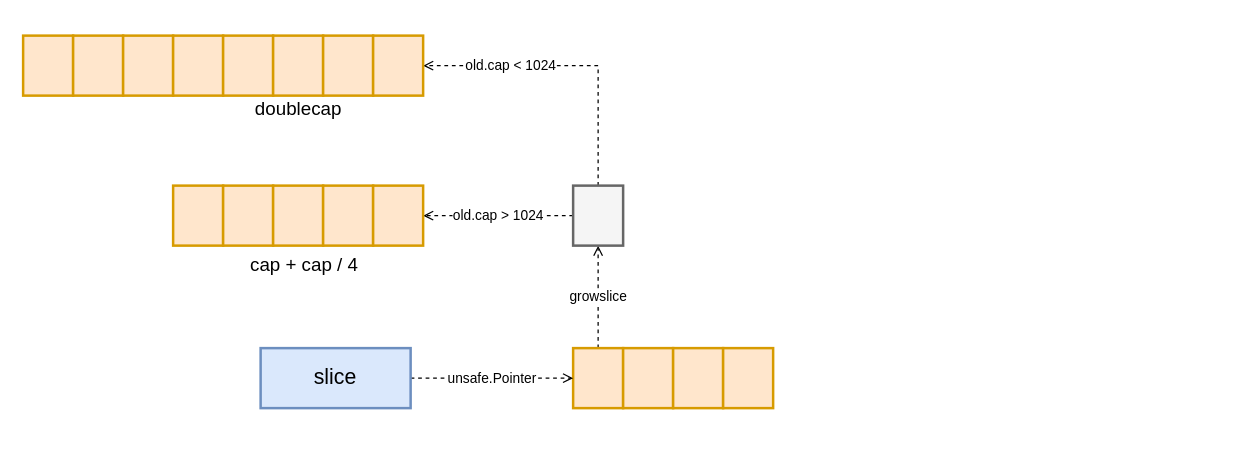
Earlier version of the draw.io diagram page "append" (2 of 2) of go/slice.drawio (dovics/draw.io). Source tidied: cells renumbered, new cells numbered last; positions are measured from the earlier drawing's top-left corner, leaving out a move shared by most shapes. Both pictures are drawn from the tidied source at 125%, with x=0, y=0 at pixel (22, 35).
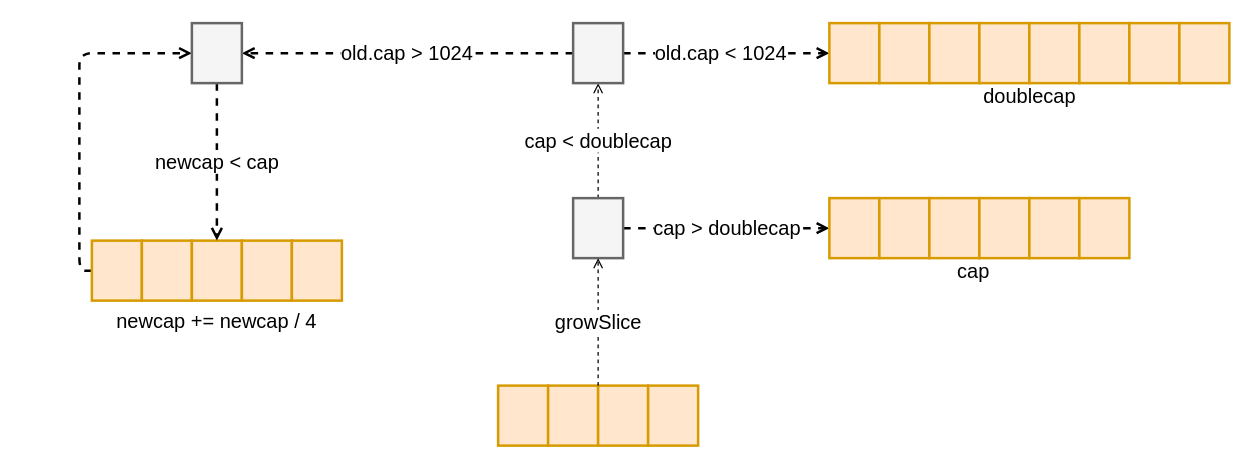
The same page after the edit.

The edit, as a diff of the source:
```diff
@@
-    <mxCell id="2" value="old.cap &amp;lt; 1024" style="edgeStyle=orthogonalEdgeStyle;rounded=0;jettySize=auto;html=1;exitX=0.5;exitY=0;exitDx=0;exitDy=0;entryX=1;entryY=0.5;entryDx=0;entryDy=0;dashed=1;endArrow=open;endFill=0;" parent="1" edge="1" source="23" target="17">
-      <mxGeometry x="0.41" relative="1" as="geometry">
+    <mxCell id="2" value="old.cap &amp;lt; 1024" style="edgeStyle=orthogonalEdgeStyle;rounded=0;jettySize=auto;html=1;exitX=1;exitY=0.5;exitDx=0;exitDy=0;entryX=0;entryY=0.5;entryDx=0;entryDy=0;dashed=1;endArrow=open;endFill=0;strokeWidth=2;fontSize=16;" parent="1" edge="1" source="23" target="10">
+      <mxGeometry x="-0.06" relative="1" as="geometry">
         <Array as="points">
-          <mxPoint x="460" y="24" />
+          <mxPoint x="545" y="14" />
+          <mxPoint x="545" y="14" />
         </Array>
       </mxGeometry>
     </mxCell>
-    <mxCell id="3" value="growslice" style="edgeStyle=orthogonalEdgeStyle;rounded=0;jettySize=auto;html=1;exitX=0.5;exitY=0;exitDx=0;exitDy=0;entryX=0.5;entryY=1;entryDx=0;entryDy=0;dashed=1;endArrow=open;endFill=0;" parent="1" edge="1" source="4" target="23">
+    <mxCell id="3" value="cap &amp;lt; doublecap" style="edgeStyle=orthogonalEdgeStyle;rounded=0;jettySize=auto;html=1;exitX=0.5;exitY=0;exitDx=0;exitDy=0;entryX=0.5;entryY=1;entryDx=0;entryDy=0;dashed=1;endArrow=open;endFill=0;startArrow=none;fontSize=16;" parent="1" edge="1" source="29" target="23">
       <mxGeometry relative="1" as="geometry" />
     </mxCell>
-    <mxCell id="4" style="rounded=0;whiteSpace=wrap;html=1;strokeWidth=2;fontSize=17;fillColor=#ffe6cc;strokeColor=#d79b00;" parent="1" vertex="1">
-      <mxGeometry x="440" y="250" width="40" height="48" as="geometry" />
+    <mxCell id="4" style="rounded=0;whiteSpace=wrap;html=1;strokeWidth=2;fontSize=16;fillColor=#ffe6cc;strokeColor=#d79b00;" parent="1" vertex="1">
+      <mxGeometry x="380" y="280" width="40" height="48" as="geometry" />
     </mxCell>
-    <mxCell id="5" style="rounded=0;whiteSpace=wrap;html=1;strokeWidth=2;fontSize=17;fillColor=#ffe6cc;strokeColor=#d79b00;" parent="1" vertex="1">
-      <mxGeometry x="480" y="250" width="40" height="48" as="geometry" />
+    <mxCell id="5" style="rounded=0;whiteSpace=wrap;html=1;strokeWidth=2;fontSize=16;fillColor=#ffe6cc;strokeColor=#d79b00;" parent="1" vertex="1">
+      <mxGeometry x="420" y="280" width="40" height="48" as="geometry" />
     </mxCell>
-    <mxCell id="6" style="rounded=0;whiteSpace=wrap;html=1;strokeWidth=2;fontSize=17;fillColor=#ffe6cc;strokeColor=#d79b00;" parent="1" vertex="1">
-      <mxGeometry x="520" y="250" width="40" height="48" as="geometry" />
+    <mxCell id="6" style="rounded=0;whiteSpace=wrap;html=1;strokeWidth=2;fontSize=16;fillColor=#ffe6cc;strokeColor=#d79b00;" parent="1" vertex="1">
+      <mxGeometry x="460" y="280" width="40" height="48" as="geometry" />
     </mxCell>
-    <mxCell id="7" style="rounded=0;whiteSpace=wrap;html=1;strokeWidth=2;fontSize=17;fillColor=#ffe6cc;strokeColor=#d79b00;" parent="1" vertex="1">
-      <mxGeometry x="560" y="250" width="40" height="48" as="geometry" />
+    <mxCell id="7" style="rounded=0;whiteSpace=wrap;html=1;strokeWidth=2;fontSize=16;fillColor=#ffe6cc;strokeColor=#d79b00;" parent="1" vertex="1">
+      <mxGeometry x="500" y="280" width="40" height="48" as="geometry" />
     </mxCell>
-    <mxCell id="8" value="unsafe.Pointer" style="edgeStyle=orthogonalEdgeStyle;rounded=0;jettySize=auto;html=1;exitX=1;exitY=0.5;exitDx=0;exitDy=0;entryX=0;entryY=0.5;entryDx=0;entryDy=0;dashed=1;endArrow=open;endFill=0;" parent="1" edge="1" source="9" target="4">
-      <mxGeometry relative="1" as="geometry">
-        <Array as="points">
-          <mxPoint x="350" y="274" />
-          <mxPoint x="350" y="274" />
-        </Array>
-      </mxGeometry>
-    </mxCell>
-    <mxCell id="9" value="slice" style="rounded=0;whiteSpace=wrap;html=1;strokeWidth=2;fontSize=17;fillColor=#dae8fc;strokeColor=#6c8ebf;" parent="1" vertex="1">
-      <mxGeometry x="190" y="250" width="120" height="48" as="geometry" />
-    </mxCell>
-    <mxCell id="10" style="rounded=0;whiteSpace=wrap;html=1;strokeWidth=2;fontSize=17;fillColor=#ffe6cc;strokeColor=#d79b00;" parent="1" vertex="1">
-      <mxGeometry width="40" height="48" as="geometry" />
+    <mxCell id="10" style="rounded=0;whiteSpace=wrap;html=1;strokeWidth=2;fontSize=16;fillColor=#ffe6cc;strokeColor=#d79b00;" parent="1" vertex="1">
+      <mxGeometry x="645" y="-10" width="40" height="48" as="geometry" />
     </mxCell>
-    <mxCell id="11" style="rounded=0;whiteSpace=wrap;html=1;strokeWidth=2;fontSize=17;fillColor=#ffe6cc;strokeColor=#d79b00;" parent="1" vertex="1">
-      <mxGeometry x="40" width="40" height="48" as="geometry" />
+    <mxCell id="11" style="rounded=0;whiteSpace=wrap;html=1;strokeWidth=2;fontSize=16;fillColor=#ffe6cc;strokeColor=#d79b00;" parent="1" vertex="1">
+      <mxGeometry x="685" y="-10" width="40" height="48" as="geometry" />
     </mxCell>
-    <mxCell id="12" style="rounded=0;whiteSpace=wrap;html=1;strokeWidth=2;fontSize=17;fillColor=#ffe6cc;strokeColor=#d79b00;" parent="1" vertex="1">
-      <mxGeometry x="80" width="40" height="48" as="geometry" />
+    <mxCell id="12" style="rounded=0;whiteSpace=wrap;html=1;strokeWidth=2;fontSize=16;fillColor=#ffe6cc;strokeColor=#d79b00;" parent="1" vertex="1">
+      <mxGeometry x="725" y="-10" width="40" height="48" as="geometry" />
     </mxCell>
-    <mxCell id="13" style="rounded=0;whiteSpace=wrap;html=1;strokeWidth=2;fontSize=17;fillColor=#ffe6cc;strokeColor=#d79b00;" parent="1" vertex="1">
-      <mxGeometry x="120" width="40" height="48" as="geometry" />
+    <mxCell id="13" style="rounded=0;whiteSpace=wrap;html=1;strokeWidth=2;fontSize=16;fillColor=#ffe6cc;strokeColor=#d79b00;" parent="1" vertex="1">
+      <mxGeometry x="765" y="-10" width="40" height="48" as="geometry" />
     </mxCell>
-    <mxCell id="14" style="rounded=0;whiteSpace=wrap;html=1;strokeWidth=2;fontSize=17;fillColor=#ffe6cc;strokeColor=#d79b00;" parent="1" vertex="1">
-      <mxGeometry x="160" width="40" height="48" as="geometry" />
+    <mxCell id="14" style="rounded=0;whiteSpace=wrap;html=1;strokeWidth=2;fontSize=16;fillColor=#ffe6cc;strokeColor=#d79b00;" parent="1" vertex="1">
+      <mxGeometry x="805" y="-10" width="40" height="48" as="geometry" />
     </mxCell>
-    <mxCell id="15" style="rounded=0;whiteSpace=wrap;html=1;strokeWidth=2;fontSize=17;fillColor=#ffe6cc;strokeColor=#d79b00;" parent="1" vertex="1">
-      <mxGeometry x="200" width="40" height="48" as="geometry" />
+    <mxCell id="15" style="rounded=0;whiteSpace=wrap;html=1;strokeWidth=2;fontSize=16;fillColor=#ffe6cc;strokeColor=#d79b00;" parent="1" vertex="1">
+      <mxGeometry x="845" y="-10" width="40" height="48" as="geometry" />
     </mxCell>
-    <mxCell id="16" style="rounded=0;whiteSpace=wrap;html=1;strokeWidth=2;fontSize=17;fillColor=#ffe6cc;strokeColor=#d79b00;" parent="1" vertex="1">
-      <mxGeometry x="240" width="40" height="48" as="geometry" />
+    <mxCell id="16" style="rounded=0;whiteSpace=wrap;html=1;strokeWidth=2;fontSize=16;fillColor=#ffe6cc;strokeColor=#d79b00;" parent="1" vertex="1">
+      <mxGeometry x="885" y="-10" width="40" height="48" as="geometry" />
     </mxCell>
-    <mxCell id="17" style="rounded=0;whiteSpace=wrap;html=1;strokeWidth=2;fontSize=17;fillColor=#ffe6cc;strokeColor=#d79b00;" parent="1" vertex="1">
-      <mxGeometry x="280" width="40" height="48" as="geometry" />
+    <mxCell id="17" style="rounded=0;whiteSpace=wrap;html=1;strokeWidth=2;fontSize=16;fillColor=#ffe6cc;strokeColor=#d79b00;" parent="1" vertex="1">
+      <mxGeometry x="925" y="-10" width="40" height="48" as="geometry" />
     </mxCell>
+    <mxCell id="27" style="edgeStyle=orthogonalEdgeStyle;html=1;exitX=0;exitY=0.5;exitDx=0;exitDy=0;entryX=0;entryY=0.5;entryDx=0;entryDy=0;dashed=1;fontSize=16;endArrow=open;endFill=0;strokeWidth=2;" parent="1" edge="1" source="18" target="39">
+      <mxGeometry relative="1" as="geometry" />
+    </mxCell>
-    <mxCell id="18" style="rounded=0;whiteSpace=wrap;html=1;strokeWidth=2;fontSize=17;fillColor=#ffe6cc;strokeColor=#d79b00;" parent="1" vertex="1">
-      <mxGeometry x="120" y="120" width="40" height="48" as="geometry" />
+    <mxCell id="18" style="rounded=0;whiteSpace=wrap;html=1;strokeWidth=2;fontSize=16;fillColor=#ffe6cc;strokeColor=#d79b00;" parent="1" vertex="1">
+      <mxGeometry x="55" y="164" width="40" height="48" as="geometry" />
     </mxCell>
-    <mxCell id="19" style="rounded=0;whiteSpace=wrap;html=1;strokeWidth=2;fontSize=17;fillColor=#ffe6cc;strokeColor=#d79b00;" parent="1" vertex="1">
-      <mxGeometry x="160" y="120" width="40" height="48" as="geometry" />
+    <mxCell id="19" style="rounded=0;whiteSpace=wrap;html=1;strokeWidth=2;fontSize=16;fillColor=#ffe6cc;strokeColor=#d79b00;" parent="1" vertex="1">
+      <mxGeometry x="95" y="164" width="40" height="48" as="geometry" />
     </mxCell>
-    <mxCell id="20" style="rounded=0;whiteSpace=wrap;html=1;strokeWidth=2;fontSize=17;fillColor=#ffe6cc;strokeColor=#d79b00;" parent="1" vertex="1">
-      <mxGeometry x="200" y="120" width="40" height="48" as="geometry" />
+    <mxCell id="20" style="rounded=0;whiteSpace=wrap;html=1;strokeWidth=2;fontSize=16;fillColor=#ffe6cc;strokeColor=#d79b00;" parent="1" vertex="1">
+      <mxGeometry x="135" y="164" width="40" height="48" as="geometry" />
     </mxCell>
-    <mxCell id="21" style="rounded=0;whiteSpace=wrap;html=1;strokeWidth=2;fontSize=17;fillColor=#ffe6cc;strokeColor=#d79b00;" parent="1" vertex="1">
-      <mxGeometry x="240" y="120" width="40" height="48" as="geometry" />
+    <mxCell id="21" style="rounded=0;whiteSpace=wrap;html=1;strokeWidth=2;fontSize=16;fillColor=#ffe6cc;strokeColor=#d79b00;" parent="1" vertex="1">
+      <mxGeometry x="175" y="164" width="40" height="48" as="geometry" />
     </mxCell>
-    <mxCell id="22" value="old.cap &amp;gt; 1024" style="edgeStyle=orthogonalEdgeStyle;rounded=0;jettySize=auto;html=1;exitX=0;exitY=0.5;exitDx=0;exitDy=0;entryX=1;entryY=0.5;entryDx=0;entryDy=0;dashed=1;endArrow=open;endFill=0;" parent="1" edge="1" source="23" target="24">
-      <mxGeometry relative="1" as="geometry">
-        <Array as="points">
-          <mxPoint x="370" y="144" />
-          <mxPoint x="370" y="144" />
-        </Array>
-      </mxGeometry>
+    <mxCell id="22" value="old.cap &amp;gt; 1024" style="edgeStyle=orthogonalEdgeStyle;rounded=0;jettySize=auto;html=1;exitX=0;exitY=0.5;exitDx=0;exitDy=0;dashed=1;endArrow=open;endFill=0;strokeWidth=2;fontSize=16;entryX=1;entryY=0.5;entryDx=0;entryDy=0;" parent="1" edge="1" source="23" target="39">
+      <mxGeometry relative="1" as="geometry" />
     </mxCell>
-    <mxCell id="23" style="rounded=0;whiteSpace=wrap;html=1;strokeWidth=2;fontSize=17;fillColor=#f5f5f5;strokeColor=#666666;fontColor=#333333;" parent="1" vertex="1">
-      <mxGeometry x="440" y="120" width="40" height="48" as="geometry" />
+    <mxCell id="23" style="rounded=0;whiteSpace=wrap;html=1;strokeWidth=2;fontSize=16;fillColor=#f5f5f5;strokeColor=#666666;fontColor=#333333;" parent="1" vertex="1">
+      <mxGeometry x="440" y="-10" width="40" height="48" as="geometry" />
     </mxCell>
-    <mxCell id="24" style="rounded=0;whiteSpace=wrap;html=1;strokeWidth=2;fontSize=17;fillColor=#ffe6cc;strokeColor=#d79b00;" parent="1" vertex="1">
-      <mxGeometry x="280" y="120" width="40" height="48" as="geometry" />
+    <mxCell id="24" style="rounded=0;whiteSpace=wrap;html=1;strokeWidth=2;fontSize=16;fillColor=#ffe6cc;strokeColor=#d79b00;" parent="1" vertex="1">
+      <mxGeometry x="215" y="164" width="40" height="48" as="geometry" />
     </mxCell>
-    <mxCell id="25" value="doublecap" style="text;html=1;align=center;verticalAlign=middle;strokeColor=none;fontSize=15;" parent="1" vertex="1">
-      <mxGeometry x="180" y="48" width="80" height="20" as="geometry" />
+    <mxCell id="25" value="doublecap" style="text;html=1;align=center;verticalAlign=middle;strokeColor=none;fontSize=16;" parent="1" vertex="1">
+      <mxGeometry x="760" y="38" width="90" height="20" as="geometry" />
     </mxCell>
-    <mxCell id="26" value="cap + cap / 4" style="text;whiteSpace=wrap;html=1;fontSize=15;" parent="1" vertex="1">
-      <mxGeometry x="180" y="168" width="110" height="30" as="geometry" />
+    <mxCell id="26" value="newcap += newcap / 4" style="text;whiteSpace=wrap;html=1;fontSize=16;" parent="1" vertex="1">
+      <mxGeometry x="72.5" y="212" width="165" height="30" as="geometry" />
     </mxCell>
+    <mxCell id="28" value="cap &amp;gt; doublecap" style="edgeStyle=none;html=1;exitX=1;exitY=0.5;exitDx=0;exitDy=0;strokeWidth=2;entryX=0;entryY=0.5;entryDx=0;entryDy=0;endArrow=open;endFill=0;dashed=1;fontSize=16;" parent="1" edge="1" source="29" target="31">
+      <mxGeometry relative="1" as="geometry" />
+    </mxCell>
+    <mxCell id="29" style="rounded=0;whiteSpace=wrap;html=1;strokeWidth=2;fontSize=16;fillColor=#f5f5f5;strokeColor=#666666;fontColor=#333333;" parent="1" vertex="1">
+      <mxGeometry x="440" y="130" width="40" height="48" as="geometry" />
+    </mxCell>
+    <mxCell id="30" value="growSlice" style="edgeStyle=orthogonalEdgeStyle;rounded=0;jettySize=auto;html=1;exitX=0;exitY=0;exitDx=0;exitDy=0;entryX=0.5;entryY=1;entryDx=0;entryDy=0;dashed=1;endArrow=open;endFill=0;fontSize=16;" parent="1" edge="1" source="6" target="29">
+      <mxGeometry relative="1" as="geometry" />
+    </mxCell>
+    <mxCell id="31" style="rounded=0;whiteSpace=wrap;html=1;strokeWidth=2;fontSize=16;fillColor=#ffe6cc;strokeColor=#d79b00;" parent="1" vertex="1">
+      <mxGeometry x="645" y="130" width="40" height="48" as="geometry" />
+    </mxCell>
+    <mxCell id="32" style="rounded=0;whiteSpace=wrap;html=1;strokeWidth=2;fontSize=16;fillColor=#ffe6cc;strokeColor=#d79b00;" parent="1" vertex="1">
+      <mxGeometry x="685" y="130" width="40" height="48" as="geometry" />
+    </mxCell>
+    <mxCell id="33" style="rounded=0;whiteSpace=wrap;html=1;strokeWidth=2;fontSize=16;fillColor=#ffe6cc;strokeColor=#d79b00;" parent="1" vertex="1">
+      <mxGeometry x="725" y="130" width="40" height="48" as="geometry" />
+    </mxCell>
+    <mxCell id="34" style="rounded=0;whiteSpace=wrap;html=1;strokeWidth=2;fontSize=16;fillColor=#ffe6cc;strokeColor=#d79b00;" parent="1" vertex="1">
+      <mxGeometry x="765" y="130" width="40" height="48" as="geometry" />
+    </mxCell>
+    <mxCell id="35" style="rounded=0;whiteSpace=wrap;html=1;strokeWidth=2;fontSize=16;fillColor=#ffe6cc;strokeColor=#d79b00;" parent="1" vertex="1">
+      <mxGeometry x="805" y="130" width="40" height="48" as="geometry" />
+    </mxCell>
+    <mxCell id="36" style="rounded=0;whiteSpace=wrap;html=1;strokeWidth=2;fontSize=16;fillColor=#ffe6cc;strokeColor=#d79b00;" parent="1" vertex="1">
+      <mxGeometry x="845" y="130" width="40" height="48" as="geometry" />
+    </mxCell>
+    <mxCell id="37" value="cap" style="text;html=1;align=center;verticalAlign=middle;strokeColor=none;fillColor=none;fontSize=16;" parent="1" vertex="1">
+      <mxGeometry x="740" y="178" width="40" height="20" as="geometry" />
+    </mxCell>
+    <mxCell id="38" value="newcap &amp;lt; cap" style="edgeStyle=none;html=1;exitX=0.5;exitY=1;exitDx=0;exitDy=0;entryX=0.5;entryY=0;entryDx=0;entryDy=0;dashed=1;fontSize=16;endArrow=open;endFill=0;strokeWidth=2;" parent="1" edge="1" source="39" target="20">
+      <mxGeometry relative="1" as="geometry" />
+    </mxCell>
+    <mxCell id="39" style="rounded=0;whiteSpace=wrap;html=1;strokeWidth=2;fontSize=16;fillColor=#f5f5f5;strokeColor=#666666;fontColor=#333333;" parent="1" vertex="1">
+      <mxGeometry x="135" y="-10" width="40" height="48" as="geometry" />
+    </mxCell>
```
